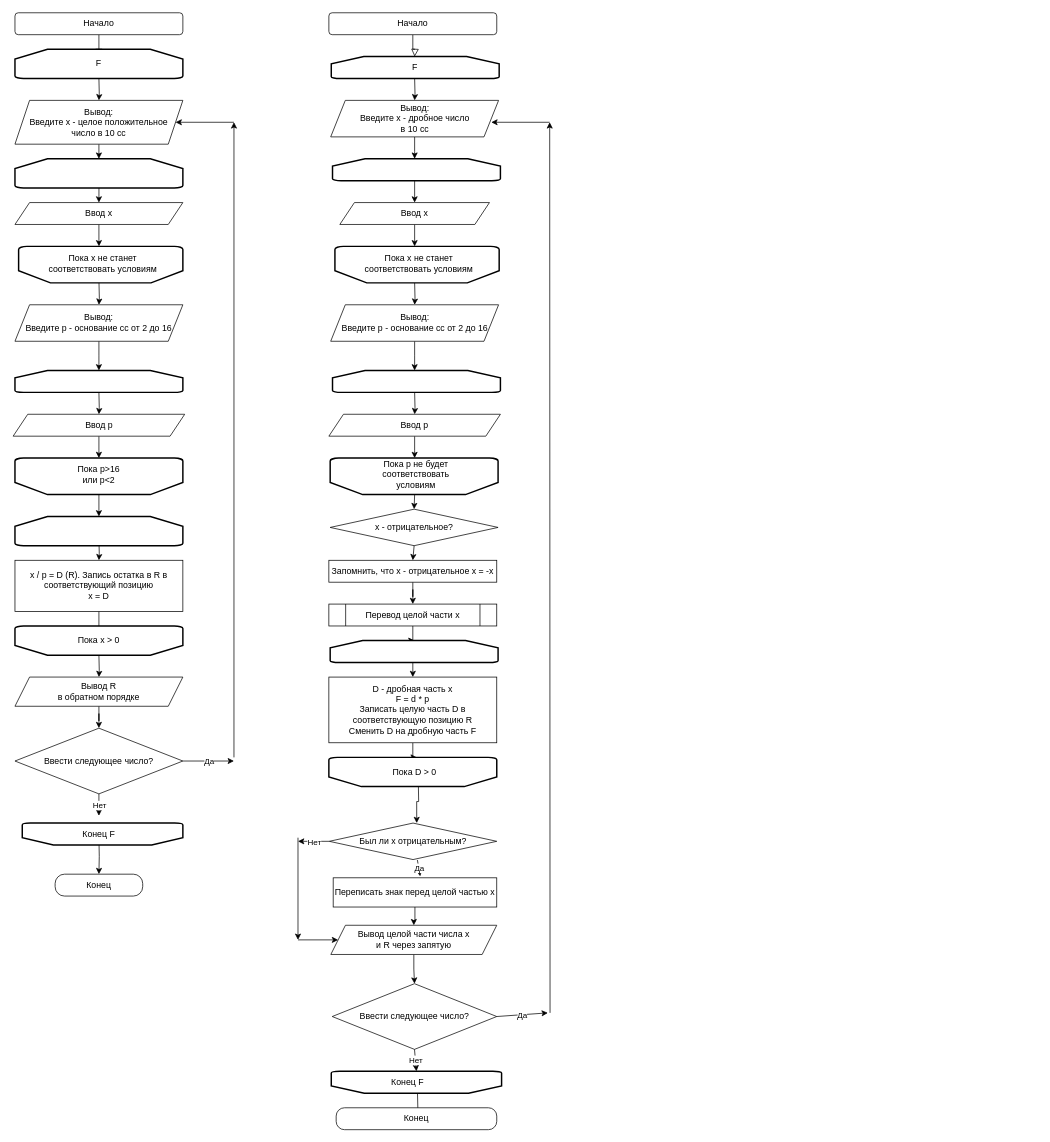
This is Untitled Diagram.drawio from FreemanBel/inviter, a draw.io file, before an edit. Source tidied: cells renumbered, new cells numbered last; positions are measured from the earlier drawing's top-left corner, leaving out a move shared by most shapes. Both pictures are drawn from the tidied source at 73%, with x=0, y=0 at pixel (13, 12).
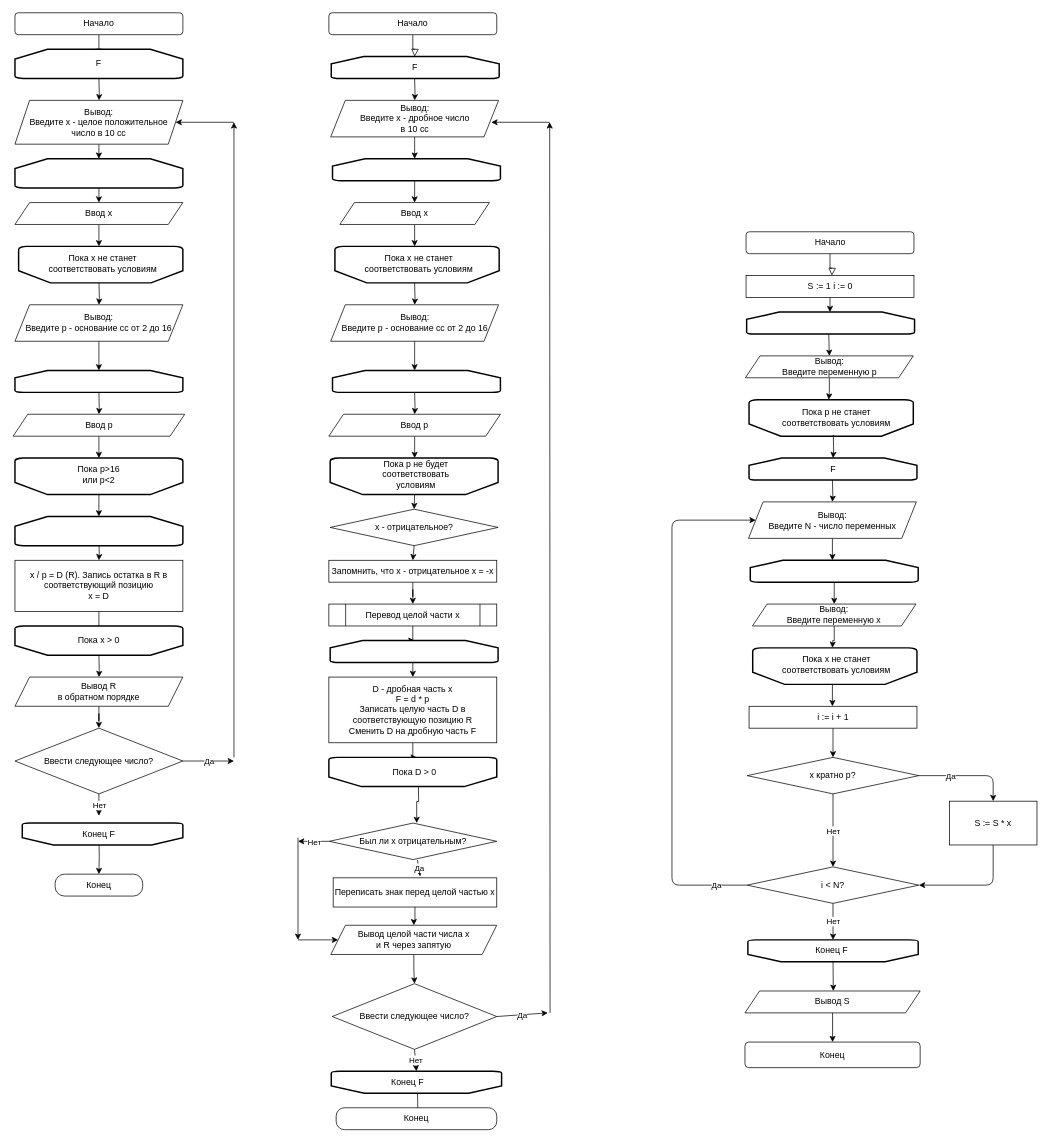
The same page after the edit.

Diff of the diagram source:
```diff
@@
+    <mxCell id="101" style="rounded=0;html=1;jettySize=auto;fontSize=11;endArrow=block;endFill=0;endSize=8;strokeWidth=1;shadow=0;labelBackgroundColor=none;edgeStyle=orthogonalEdgeStyle;entryX=0.5;entryY=0;entryDx=0;entryDy=0;" parent="1" edge="1" source="102">
+      <mxGeometry relative="1" as="geometry">
+        <mxPoint x="1121" y="360" as="targetPoint" />
+      </mxGeometry>
+    </mxCell>
+    <mxCell id="102" value="Начало" style="rounded=1;whiteSpace=wrap;html=1;fontSize=12;glass=0;strokeWidth=1;shadow=0;" parent="1" vertex="1">
+      <mxGeometry x="1003.5" y="300" width="230" height="30" as="geometry" />
+    </mxCell>
+    <mxCell id="103" style="edgeStyle=orthogonalEdgeStyle;rounded=0;jettySize=auto;html=1;" parent="1" edge="1" target="109">
+      <mxGeometry relative="1" as="geometry">
+        <mxPoint x="1121.8" y="640" as="sourcePoint" />
+      </mxGeometry>
+    </mxCell>
+    <mxCell id="104" style="edgeStyle=orthogonalEdgeStyle;rounded=0;jettySize=auto;html=1;entryX=0.5;entryY=0;entryDx=0;entryDy=0;" parent="1" edge="1" target="106">
+      <mxGeometry relative="1" as="geometry">
+        <mxPoint x="1121.8" y="780" as="sourcePoint" />
+      </mxGeometry>
+    </mxCell>
+    <mxCell id="105" style="edgeStyle=orthogonalEdgeStyle;rounded=0;jettySize=auto;html=1;" parent="1" edge="1" source="106">
+      <mxGeometry relative="1" as="geometry">
+        <mxPoint x="1121.8" y="870" as="targetPoint" />
+      </mxGeometry>
+    </mxCell>
+    <mxCell id="106" value="Вывод:&lt;br&gt;Введите переменную x" style="shape=parallelogram;perimeter=parallelogramPerimeter;whiteSpace=wrap;html=1;fixedSize=1;" parent="1" vertex="1">
+      <mxGeometry x="1012.3" y="810" width="224" height="30" as="geometry" />
+    </mxCell>
+    <mxCell id="107" style="edgeStyle=orthogonalEdgeStyle;rounded=0;orthogonalLoop=1;jettySize=auto;html=1;" parent="1" edge="1">
+      <mxGeometry relative="1" as="geometry">
+        <mxPoint x="1121.8" y="920" as="sourcePoint" />
+        <mxPoint x="1121.8" y="950" as="targetPoint" />
+      </mxGeometry>
+    </mxCell>
+    <mxCell id="108" style="edgeStyle=orthogonalEdgeStyle;rounded=0;jettySize=auto;html=1;entryX=0.5;entryY=0;entryDx=0;entryDy=0;" parent="1" edge="1" source="109">
+      <mxGeometry relative="1" as="geometry">
+        <mxPoint x="1121.8" y="750" as="targetPoint" />
+      </mxGeometry>
+    </mxCell>
+    <mxCell id="109" value="Вывод:&lt;br&gt;&lt;div&gt;Введите N - число переменных&lt;br&gt;&lt;/div&gt;" style="shape=parallelogram;perimeter=parallelogramPerimeter;whiteSpace=wrap;html=1;fixedSize=1;" parent="1" vertex="1">
+      <mxGeometry x="1006.8" y="670" width="230" height="50" as="geometry" />
+    </mxCell>
+    <mxCell id="110" value="F" style="strokeWidth=2;html=1;shape=mxgraph.flowchart.loop_limit;whiteSpace=wrap;" parent="1" vertex="1">
+      <mxGeometry x="1007.6" y="610" width="230" height="30" as="geometry" />
+    </mxCell>
+    <mxCell id="111" style="strokeWidth=2;html=1;shape=mxgraph.flowchart.loop_limit;whiteSpace=wrap;" parent="1" vertex="1">
+      <mxGeometry x="1009.3" y="750" width="230" height="30" as="geometry" />
+    </mxCell>
+    <mxCell id="112" style="strokeWidth=2;html=1;shape=mxgraph.flowchart.loop_limit;whiteSpace=wrap;rotation=-180;" parent="1" vertex="1">
+      <mxGeometry x="1012.6" y="870" width="225" height="50" as="geometry" />
+    </mxCell>
+    <mxCell id="113" value="Пока x не станет соответствовать условиям" style="text;html=1;strokeColor=none;fillColor=none;align=center;verticalAlign=middle;whiteSpace=wrap;rounded=0;" parent="1" vertex="1">
+      <mxGeometry x="1045.1" y="870" width="165" height="45" as="geometry" />
+    </mxCell>
+    <mxCell id="114" style="edgeStyle=orthogonalEdgeStyle;rounded=0;jettySize=auto;html=1;" parent="1" edge="1" source="115" target="119">
+      <mxGeometry relative="1" as="geometry">
+        <Array as="points">
+          <mxPoint x="1119" y="400" />
+          <mxPoint x="1119" y="400" />
+        </Array>
+      </mxGeometry>
+    </mxCell>
+    <mxCell id="115" value="S := 1 i := 0" style="rounded=0;whiteSpace=wrap;html=1;" parent="1" vertex="1">
+      <mxGeometry x="1003.5" y="360" width="230" height="30" as="geometry" />
+    </mxCell>
+    <mxCell id="116" style="edgeStyle=orthogonalEdgeStyle;rounded=0;jettySize=auto;html=1;entryX=0.5;entryY=0;entryDx=0;entryDy=0;" parent="1" edge="1" target="118">
+      <mxGeometry relative="1" as="geometry">
+        <mxPoint x="1116.8" y="440" as="sourcePoint" />
+      </mxGeometry>
+    </mxCell>
+    <mxCell id="117" style="edgeStyle=orthogonalEdgeStyle;rounded=0;jettySize=auto;html=1;" parent="1" edge="1" source="118">
+      <mxGeometry relative="1" as="geometry">
+        <mxPoint x="1116.8" y="530" as="targetPoint" />
+      </mxGeometry>
+    </mxCell>
+    <mxCell id="118" value="Вывод:&lt;br&gt;Введите переменную p" style="shape=parallelogram;perimeter=parallelogramPerimeter;whiteSpace=wrap;html=1;fixedSize=1;" parent="1" vertex="1">
+      <mxGeometry x="1002.6" y="470" width="230" height="30" as="geometry" />
+    </mxCell>
+    <mxCell id="119" style="strokeWidth=2;html=1;shape=mxgraph.flowchart.loop_limit;whiteSpace=wrap;" parent="1" vertex="1">
+      <mxGeometry x="1004.3" y="410" width="230" height="30" as="geometry" />
+    </mxCell>
+    <mxCell id="120" style="strokeWidth=2;html=1;shape=mxgraph.flowchart.loop_limit;whiteSpace=wrap;rotation=-180;" parent="1" vertex="1">
+      <mxGeometry x="1007.6" y="530" width="225" height="50" as="geometry" />
+    </mxCell>
+    <mxCell id="121" style="edgeStyle=orthogonalEdgeStyle;rounded=0;jettySize=auto;html=1;" parent="1" edge="1" target="110">
+      <mxGeometry relative="1" as="geometry">
+        <mxPoint x="1123" y="578" as="sourcePoint" />
+      </mxGeometry>
+    </mxCell>
+    <mxCell id="122" value="Пока p не станет соответствовать условиям" style="text;html=1;strokeColor=none;fillColor=none;align=center;verticalAlign=middle;whiteSpace=wrap;rounded=0;" parent="1" vertex="1">
+      <mxGeometry x="1045.1" y="532.5" width="165" height="45" as="geometry" />
+    </mxCell>
+    <mxCell id="123" style="edgeStyle=orthogonalEdgeStyle;rounded=0;jettySize=auto;html=1;" parent="1" edge="1" source="124" target="125">
+      <mxGeometry relative="1" as="geometry" />
+    </mxCell>
+    <mxCell id="124" value="i := i + 1" style="rounded=0;whiteSpace=wrap;html=1;" parent="1" vertex="1">
+      <mxGeometry x="1007.6" y="950" width="230" height="30" as="geometry" />
+    </mxCell>
+    <mxCell id="125" value="x кратно p?" style="rhombus;whiteSpace=wrap;html=1;" parent="1" vertex="1">
+      <mxGeometry x="1005" y="1020" width="235.2" height="50" as="geometry" />
+    </mxCell>
+    <mxCell id="126" style="endArrow=classic;html=1;exitX=1;exitY=0.5;exitDx=0;exitDy=0;" parent="1" edge="1" source="125">
+      <mxGeometry relative="1" as="geometry">
+        <mxPoint x="1342" y="1080" as="targetPoint" />
+        <Array as="points">
+          <mxPoint x="1342" y="1045" />
+        </Array>
+      </mxGeometry>
+    </mxCell>
+    <mxCell id="127" value="Да" style="edgeLabel;html=1;align=center;verticalAlign=middle;" parent="126" vertex="1">
+      <mxGeometry relative="1" as="geometry">
+        <mxPoint x="-24.4" as="offset" />
+      </mxGeometry>
+    </mxCell>
+    <mxCell id="128" value="S := S * x" style="rounded=0;whiteSpace=wrap;html=1;" parent="1" vertex="1">
+      <mxGeometry x="1282" y="1080" width="120" height="60" as="geometry" />
+    </mxCell>
+    <mxCell id="129" value="i &amp;lt; N?" style="rhombus;whiteSpace=wrap;html=1;" parent="1" vertex="1">
+      <mxGeometry x="1005" y="1170" width="235.2" height="50" as="geometry" />
+    </mxCell>
+    <mxCell id="130" style="endArrow=classic;html=1;exitX=0.5;exitY=1;exitDx=0;exitDy=0;entryX=1;entryY=0.5;entryDx=0;entryDy=0;" parent="1" edge="1" source="128" target="129">
+      <mxGeometry relative="1" as="geometry">
+        <Array as="points">
+          <mxPoint x="1342" y="1195" />
+        </Array>
+      </mxGeometry>
+    </mxCell>
+    <mxCell id="131" style="endArrow=classic;html=1;exitX=0.5;exitY=1;exitDx=0;exitDy=0;" parent="1" edge="1" source="125" target="129">
+      <mxGeometry relative="1" as="geometry" />
+    </mxCell>
+    <mxCell id="132" value="&lt;div&gt;Нет&lt;/div&gt;" style="edgeLabel;html=1;align=center;verticalAlign=middle;" parent="131" vertex="1">
+      <mxGeometry relative="1" as="geometry" />
+    </mxCell>
+    <mxCell id="133" style="endArrow=classic;html=1;exitX=0;exitY=0.5;exitDx=0;exitDy=0;entryX=0;entryY=0.5;entryDx=0;entryDy=0;" parent="1" edge="1" source="129" target="109">
+      <mxGeometry relative="1" as="geometry">
+        <Array as="points">
+          <mxPoint x="902" y="1195" />
+          <mxPoint x="902" y="695" />
+        </Array>
+      </mxGeometry>
+    </mxCell>
+    <mxCell id="134" value="&lt;div&gt;Да&lt;/div&gt;" style="edgeLabel;html=1;align=center;verticalAlign=middle;" parent="133" vertex="1">
+      <mxGeometry relative="1" as="geometry">
+        <mxPoint x="60" y="256" as="offset" />
+      </mxGeometry>
+    </mxCell>
+    <mxCell id="135" style="strokeWidth=2;html=1;shape=mxgraph.flowchart.loop_limit;whiteSpace=wrap;rotation=-180;" parent="1" vertex="1">
+      <mxGeometry x="1006" y="1270" width="233.3" height="30" as="geometry" />
+    </mxCell>
+    <mxCell id="136" value="Конец F" style="text;html=1;strokeColor=none;fillColor=none;align=center;verticalAlign=middle;whiteSpace=wrap;rounded=0;" parent="1" vertex="1">
+      <mxGeometry x="1091" y="1275" width="60" height="20" as="geometry" />
+    </mxCell>
+    <mxCell id="137" style="endArrow=classic;html=1;exitX=0.5;exitY=1;exitDx=0;exitDy=0;entryX=0.5;entryY=1;entryDx=0;entryDy=0;entryPerimeter=0;" parent="1" edge="1" source="129" target="135">
+      <mxGeometry relative="1" as="geometry" />
+    </mxCell>
+    <mxCell id="138" value="Нет" style="edgeLabel;html=1;align=center;verticalAlign=middle;" parent="137" vertex="1">
+      <mxGeometry relative="1" as="geometry" />
+    </mxCell>
+    <mxCell id="139" value="Конец" style="rounded=1;whiteSpace=wrap;html=1;" parent="1" vertex="1">
+      <mxGeometry x="1002" y="1410" width="240" height="35" as="geometry" />
+    </mxCell>
+    <mxCell id="140" style="endArrow=classic;html=1;exitX=0.5;exitY=0;exitDx=0;exitDy=0;exitPerimeter=0;" parent="1" edge="1" source="135">
+      <mxGeometry relative="1" as="geometry">
+        <mxPoint x="1123" y="1340" as="targetPoint" />
+      </mxGeometry>
+    </mxCell>
+    <mxCell id="141" value="Вывод S" style="shape=parallelogram;perimeter=parallelogramPerimeter;whiteSpace=wrap;html=1;fixedSize=1;" parent="1" vertex="1">
+      <mxGeometry x="1002" y="1340" width="240" height="30" as="geometry" />
+    </mxCell>
+    <mxCell id="142" style="endArrow=classic;html=1;exitX=0.5;exitY=1;exitDx=0;exitDy=0;entryX=0.5;entryY=0;entryDx=0;entryDy=0;" parent="1" edge="1" source="141" target="139">
+      <mxGeometry relative="1" as="geometry" />
+    </mxCell>
```
